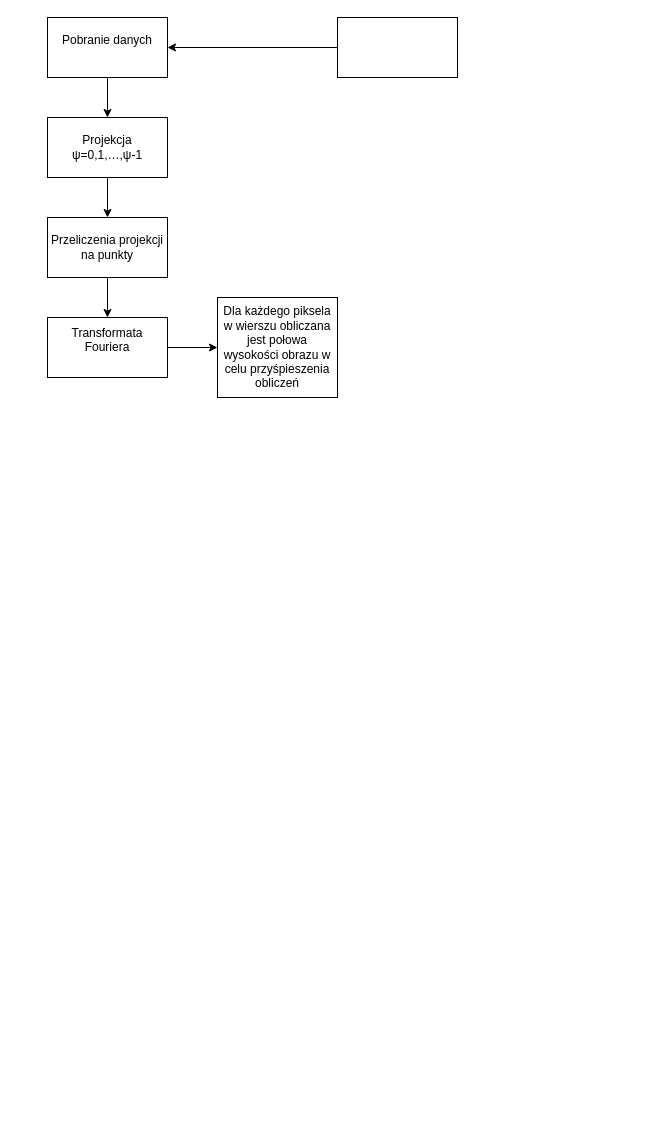
Above: poprawka.drawio in effype/shepp-logan-phantom (draw.io), before the change. Source tidied: cells renumbered, new cells numbered last; positions are measured from the earlier drawing's top-left corner, leaving out a move shared by most shapes. Both pictures are drawn from the tidied source at 100%, with x=0, y=0 at pixel (47, 17).
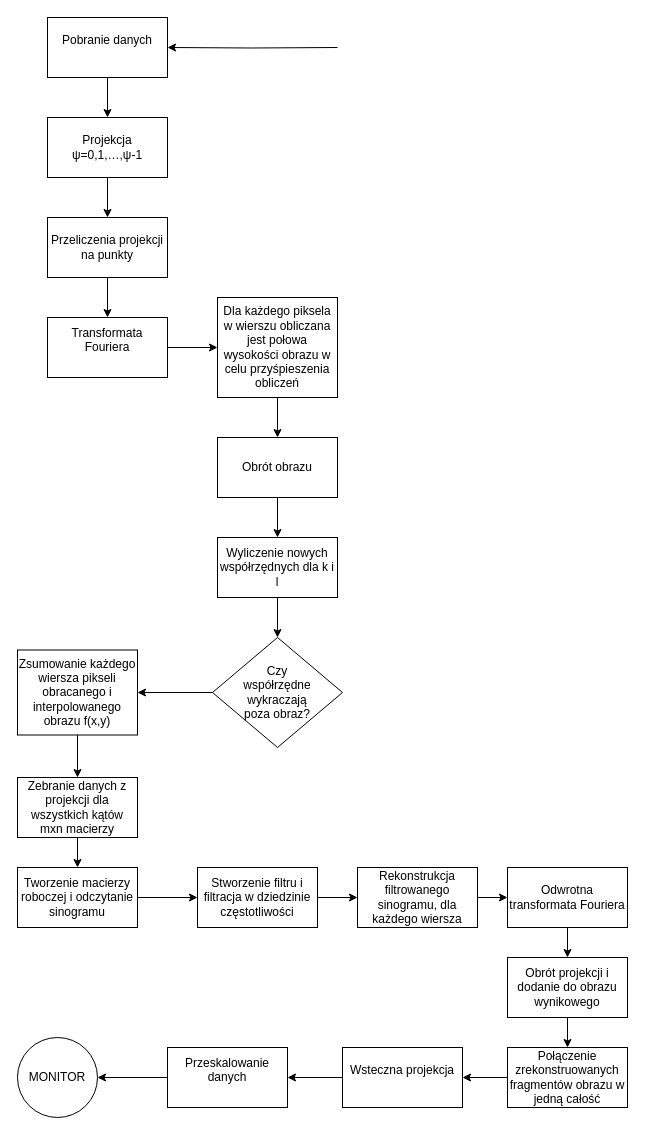
The same diagram, later.

The change refers to these unchanged cells:
```xml
<mxCell id="3" value="&lt;div&gt;Pobranie danych&lt;/div&gt;&lt;div&gt;&lt;br&gt;&lt;/div&gt;" style="rounded=0;whiteSpace=wrap;html=1;" parent="1" vertex="1">
  <mxGeometry width="120" height="60" as="geometry" />
</mxCell>
<mxCell id="12" value="Dla każdego piksela w wierszu obliczana jest połowa wysokości obrazu w celu przyśpieszenia obliczeń" style="rounded=0;whiteSpace=wrap;html=1;" parent="1" vertex="1">
  <mxGeometry x="170" y="280" width="120" height="100" as="geometry" />
</mxCell>
```

The edit, as a diff of the source:
```diff
@@
-<mxGraphModel>
+<mxGraphModel background="#FFFFFF">
@@
-    <mxCell id="4" style="edgeStyle=orthogonalEdgeStyle;rounded=0;jettySize=auto;html=1;" parent="1" edge="1" source="5" target="3">
-      <mxGeometry relative="1" as="geometry" />
+    <mxCell id="4" style="edgeStyle=orthogonalEdgeStyle;rounded=0;jettySize=auto;html=1;" parent="1" edge="1" target="3">
+      <mxGeometry relative="1" as="geometry">
+        <mxPoint x="290" y="30" as="sourcePoint" />
+      </mxGeometry>
     </mxCell>
-    <mxCell id="5" style="rounded=0;whiteSpace=wrap;html=1;" parent="1" vertex="1">
-      <mxGeometry x="290" width="120" height="60" as="geometry" />
-    </mxCell>
@@
+    <mxCell id="13" style="edgeStyle=orthogonalEdgeStyle;rounded=0;jettySize=auto;html=1;" parent="1" edge="1" source="12" target="15">
+      <mxGeometry relative="1" as="geometry" />
+    </mxCell>
@@
+    <mxCell id="14" style="edgeStyle=orthogonalEdgeStyle;rounded=0;jettySize=auto;html=1;" parent="1" edge="1" source="15" target="17">
+      <mxGeometry relative="1" as="geometry" />
+    </mxCell>
+    <mxCell id="15" value="Obrót obrazu" style="rounded=0;whiteSpace=wrap;html=1;" parent="1" vertex="1">
+      <mxGeometry x="170" y="420" width="120" height="60" as="geometry" />
+    </mxCell>
+    <mxCell id="16" style="edgeStyle=orthogonalEdgeStyle;rounded=0;jettySize=auto;html=1;" parent="1" edge="1" source="17" target="19">
+      <mxGeometry relative="1" as="geometry" />
+    </mxCell>
+    <mxCell id="17" value="Wyliczenie nowych współrzędnych dla k i l" style="rounded=0;whiteSpace=wrap;html=1;" parent="1" vertex="1">
+      <mxGeometry x="170" y="520" width="120" height="60" as="geometry" />
+    </mxCell>
+    <mxCell id="18" style="edgeStyle=orthogonalEdgeStyle;rounded=0;jettySize=auto;html=1;" parent="1" edge="1" source="19" target="21">
+      <mxGeometry relative="1" as="geometry" />
+    </mxCell>
+    <mxCell id="19" value="&lt;div&gt;Czy&lt;/div&gt;&lt;div&gt; współrzędne &lt;br&gt;&lt;/div&gt;&lt;div&gt;wykraczają&lt;/div&gt;&lt;div&gt;poza obraz?&lt;br&gt;&lt;/div&gt;" style="rhombus;whiteSpace=wrap;html=1;" parent="1" vertex="1">
+      <mxGeometry x="165" y="620" width="130" height="110" as="geometry" />
+    </mxCell>
+    <mxCell id="20" style="edgeStyle=orthogonalEdgeStyle;rounded=0;jettySize=auto;html=1;" parent="1" edge="1" source="21" target="23">
+      <mxGeometry relative="1" as="geometry" />
+    </mxCell>
+    <mxCell id="21" value="Zsumowanie każdego wiersza pikseli obracanego i interpolowanego obrazu f(x,y)" style="rounded=0;whiteSpace=wrap;html=1;" parent="1" vertex="1">
+      <mxGeometry x="-30" y="632.5" width="120" height="85" as="geometry" />
+    </mxCell>
+    <mxCell id="22" style="edgeStyle=orthogonalEdgeStyle;rounded=0;jettySize=auto;html=1;" parent="1" edge="1" source="23" target="25">
+      <mxGeometry relative="1" as="geometry" />
+    </mxCell>
+    <mxCell id="23" value="Zebranie danych z projekcji dla wszystkich kątów mxn macierzy" style="rounded=0;whiteSpace=wrap;html=1;" parent="1" vertex="1">
+      <mxGeometry x="-30" y="760" width="120" height="60" as="geometry" />
+    </mxCell>
+    <mxCell id="24" style="edgeStyle=orthogonalEdgeStyle;rounded=0;jettySize=auto;html=1;" parent="1" edge="1" source="25" target="27">
+      <mxGeometry relative="1" as="geometry" />
+    </mxCell>
+    <mxCell id="25" value="Tworzenie macierzy roboczej i odczytanie sinogramu" style="rounded=0;whiteSpace=wrap;html=1;" parent="1" vertex="1">
+      <mxGeometry x="-30" y="850" width="120" height="60" as="geometry" />
+    </mxCell>
+    <mxCell id="26" style="edgeStyle=orthogonalEdgeStyle;rounded=0;jettySize=auto;html=1;" parent="1" edge="1" source="27" target="29">
+      <mxGeometry relative="1" as="geometry" />
+    </mxCell>
+    <mxCell id="27" value="Stworzenie filtru i filtracja w dziedzinie częstotliwości" style="rounded=0;whiteSpace=wrap;html=1;" parent="1" vertex="1">
+      <mxGeometry x="150" y="850" width="120" height="60" as="geometry" />
+    </mxCell>
+    <mxCell id="28" style="edgeStyle=orthogonalEdgeStyle;rounded=0;jettySize=auto;html=1;" parent="1" edge="1" source="29" target="31">
+      <mxGeometry relative="1" as="geometry" />
+    </mxCell>
+    <mxCell id="29" value="Rekonstrukcja filtrowanego sinogramu, dla każdego wiersza " style="rounded=0;whiteSpace=wrap;html=1;" parent="1" vertex="1">
+      <mxGeometry x="310" y="850" width="120" height="60" as="geometry" />
+    </mxCell>
+    <mxCell id="30" style="edgeStyle=orthogonalEdgeStyle;rounded=0;jettySize=auto;html=1;" parent="1" edge="1" source="31" target="33">
+      <mxGeometry relative="1" as="geometry" />
+    </mxCell>
+    <mxCell id="31" value="Odwrotna transformata Fouriera" style="rounded=0;whiteSpace=wrap;html=1;" parent="1" vertex="1">
+      <mxGeometry x="460" y="850" width="120" height="60" as="geometry" />
+    </mxCell>
+    <mxCell id="32" style="edgeStyle=orthogonalEdgeStyle;rounded=0;jettySize=auto;html=1;" parent="1" edge="1" source="33" target="35">
+      <mxGeometry relative="1" as="geometry" />
+    </mxCell>
+    <mxCell id="33" value="Obrót projekcji i dodanie do obrazu wynikowego" style="rounded=0;whiteSpace=wrap;html=1;" parent="1" vertex="1">
+      <mxGeometry x="460" y="940" width="120" height="60" as="geometry" />
+    </mxCell>
+    <mxCell id="34" style="edgeStyle=orthogonalEdgeStyle;rounded=0;jettySize=auto;html=1;" parent="1" edge="1" source="35" target="37">
+      <mxGeometry relative="1" as="geometry" />
+    </mxCell>
+    <mxCell id="35" value="Połączenie zrekonstruowanych fragmentów obrazu w jedną całość" style="rounded=0;whiteSpace=wrap;html=1;" parent="1" vertex="1">
+      <mxGeometry x="460" y="1030" width="120" height="60" as="geometry" />
+    </mxCell>
+    <mxCell id="36" style="edgeStyle=orthogonalEdgeStyle;rounded=0;jettySize=auto;html=1;" parent="1" edge="1" source="37" target="39">
+      <mxGeometry relative="1" as="geometry" />
+    </mxCell>
+    <mxCell id="37" value="&lt;div&gt;Wsteczna projekcja&lt;/div&gt;&lt;div&gt;&lt;br&gt;&lt;/div&gt;" style="rounded=0;whiteSpace=wrap;html=1;" parent="1" vertex="1">
+      <mxGeometry x="295" y="1030" width="120" height="60" as="geometry" />
+    </mxCell>
+    <mxCell id="38" style="edgeStyle=orthogonalEdgeStyle;rounded=0;jettySize=auto;html=1;" parent="1" edge="1" source="39" target="40">
+      <mxGeometry relative="1" as="geometry" />
+    </mxCell>
+    <mxCell id="39" value="&lt;div&gt;Przeskalowanie danych&lt;/div&gt;&lt;div&gt;&lt;br&gt;&lt;/div&gt;" style="rounded=0;whiteSpace=wrap;html=1;" parent="1" vertex="1">
+      <mxGeometry x="120" y="1030" width="120" height="60" as="geometry" />
+    </mxCell>
+    <mxCell id="40" value="MONITOR" style="ellipse;whiteSpace=wrap;html=1;" parent="1" vertex="1">
+      <mxGeometry x="-30" y="1020" width="80" height="80" as="geometry" />
+    </mxCell>
```
